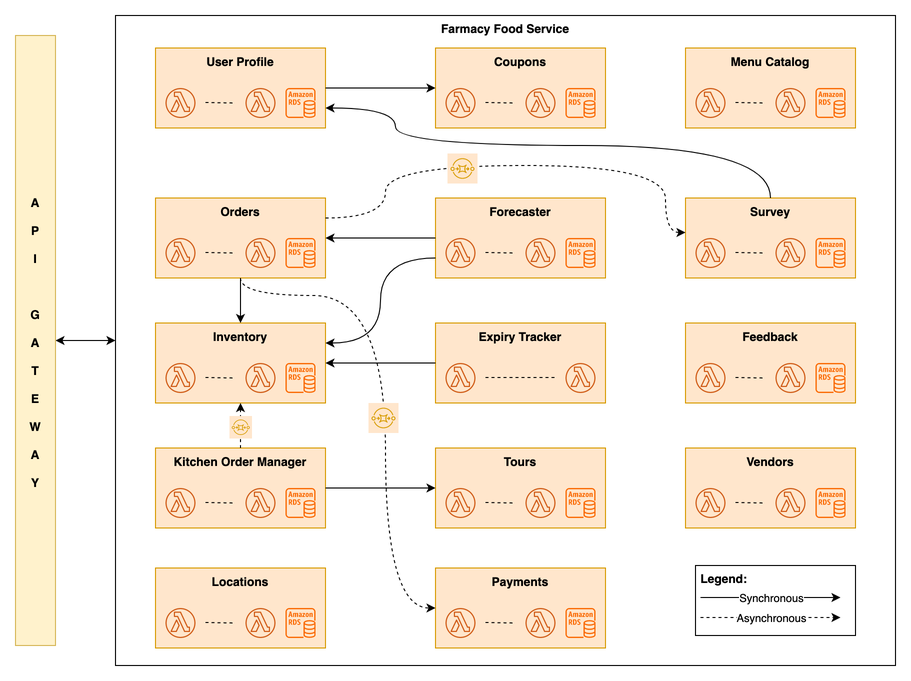
This is image/component-arch-diagram.png from icedhacker/architecture-katas, a draw.io export, as it was before one commit. Source tidied: cells renumbered, new cells last; positions are measured from the earlier drawing's top-left corner, leaving out a move shared by most shapes.
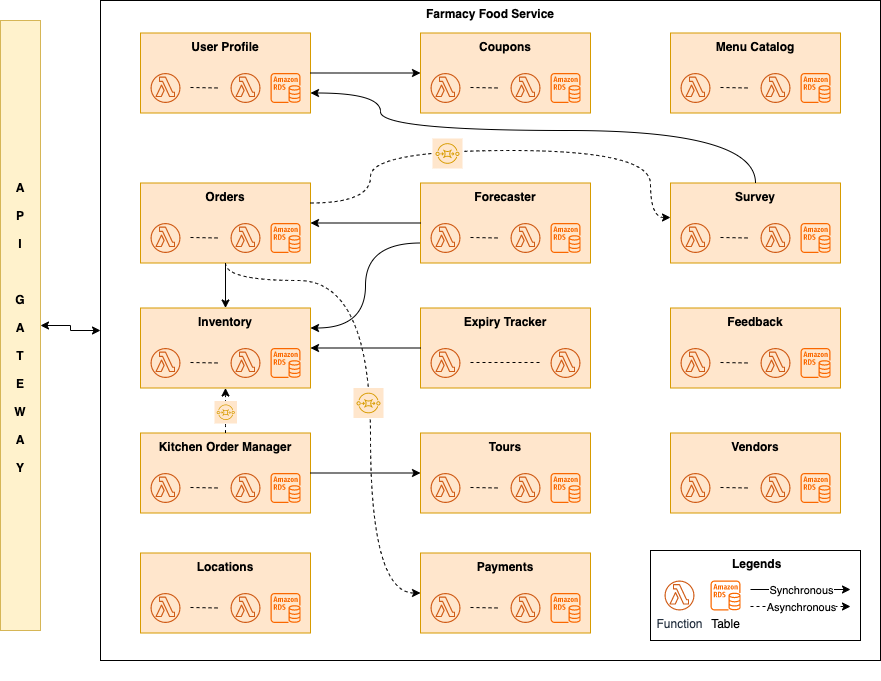
Later version of the same file.

The edit, as a diff of the source:
```diff
@@ -3,7 +3,7 @@
     <mxCell id="0" />
     <mxCell id="1" parent="0" />
     <mxCell id="2" value="Farmacy Food Service" style="rounded=0;whiteSpace=wrap;html=1;fillColor=none;verticalAlign=top;fontStyle=1;" parent="1" vertex="1">
-      <mxGeometry x="100" width="780" height="650" as="geometry" />
+      <mxGeometry x="100" width="780" height="660" as="geometry" />
     </mxCell>
     <mxCell id="3" style="edgeStyle=none;rounded=0;orthogonalLoop=1;jettySize=auto;html=1;startArrow=classic;startFill=1;" parent="1" edge="1">
       <mxGeometry relative="1" as="geometry">
@@ -410,15 +410,15 @@
       <mxGeometry x="432" y="138" width="30" height="30" as="geometry" />
     </mxCell>
     <mxCell id="116" style="group;" parent="1" vertex="1">
-      <mxGeometry x="680" y="550" width="160" height="70" as="geometry" />
+      <mxGeometry x="660" y="550" width="200" height="130" as="geometry" />
     </mxCell>
-    <mxCell id="117" value="&lt;b&gt;&amp;nbsp;Legend:&lt;/b&gt;" style="rounded=0;whiteSpace=wrap;html=1;fillColor=none;verticalAlign=top;align=left;" parent="116" vertex="1">
-      <mxGeometry width="160" height="70" as="geometry" />
+    <mxCell id="117" value="&lt;b&gt;&amp;nbsp;Legends&lt;/b&gt;" style="rounded=0;whiteSpace=wrap;html=1;fillColor=none;verticalAlign=top;align=center;" parent="116" vertex="1">
+      <mxGeometry x="-10" width="210" height="90" as="geometry" />
     </mxCell>
     <mxCell id="118" style="endArrow=classic;html=1;" parent="116" edge="1">
       <mxGeometry relative="1" as="geometry">
-        <mxPoint x="5" y="32" as="sourcePoint" />
-        <mxPoint x="145" y="32" as="targetPoint" />
+        <mxPoint x="90" y="39" as="sourcePoint" />
+        <mxPoint x="190" y="39" as="targetPoint" />
       </mxGeometry>
     </mxCell>
     <mxCell id="119" value="Synchronous" style="edgeLabel;html=1;align=center;verticalAlign=middle;" parent="118" vertex="1">
@@ -426,13 +426,19 @@
     </mxCell>
     <mxCell id="120" style="endArrow=classic;html=1;dashed=1;" parent="116" edge="1">
       <mxGeometry relative="1" as="geometry">
-        <mxPoint x="5" y="52" as="sourcePoint" />
-        <mxPoint x="145" y="52" as="targetPoint" />
+        <mxPoint x="90" y="56" as="sourcePoint" />
+        <mxPoint x="190" y="56" as="targetPoint" />
       </mxGeometry>
     </mxCell>
     <mxCell id="121" value="Asynchronous" style="edgeLabel;html=1;align=center;verticalAlign=middle;" parent="120" vertex="1">
       <mxGeometry relative="1" as="geometry" />
     </mxCell>
+    <mxCell id="123" value="&lt;font color=&quot;#000000&quot;&gt;Table&lt;/font&gt;" style="fillColor=#fa6800;strokeColor=#C73500;dashed=0;verticalLabelPosition=bottom;verticalAlign=top;align=center;html=1;fontSize=12;fontStyle=0;shape=mxgraph.aws4.rds_instance;fontColor=#ffffff;" parent="116" vertex="1">
+      <mxGeometry x="50" y="30" width="30" height="30" as="geometry" />
+    </mxCell>
+    <mxCell id="124" value="Function" style="fontColor=#232F3E;gradientColor=none;fillColor=#D05C17;strokeColor=none;dashed=0;verticalLabelPosition=bottom;verticalAlign=top;align=center;html=1;fontSize=12;fontStyle=0;shape=mxgraph.aws4.lambda_function;" parent="116" vertex="1">
+      <mxGeometry x="4" y="30" width="30" height="30" as="geometry" />
+    </mxCell>
     <mxCell id="122" style="gradientDirection=north;fillColor=#ffe6cc;strokeColor=#d79b00;dashed=0;verticalLabelPosition=bottom;verticalAlign=top;align=center;html=1;fontSize=12;fontStyle=0;shape=mxgraph.aws4.resourceIcon;resIcon=mxgraph.aws4.sqs;" parent="1" vertex="1">
       <mxGeometry x="214" y="400.5" width="22.5" height="22.5" as="geometry" />
     </mxCell>
```
